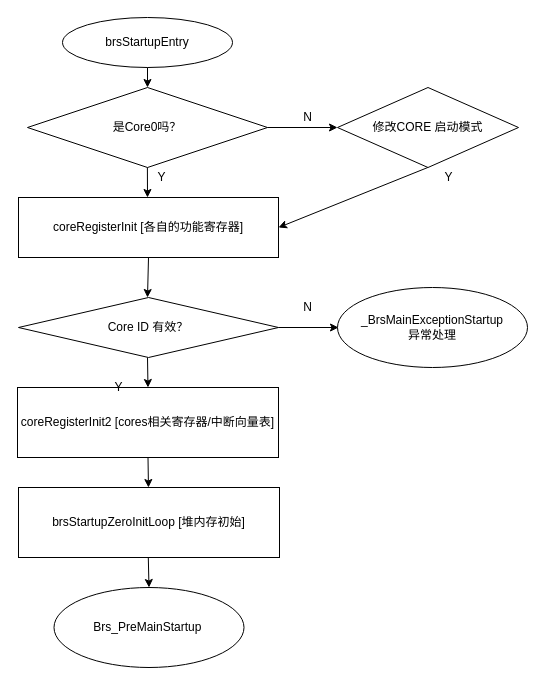
The draw.io diagram page "APP_BOOT" (1 of 4) of Untitled Diagram.drawio in muxi01/process_scheme, before the edit. Source tidied: cells renumbered, new cells numbered last; positions are measured from the earlier drawing's top-left corner, leaving out a move shared by most shapes. Both pictures are drawn from the tidied source at 100%, with x=0, y=0 at pixel (17, 17).
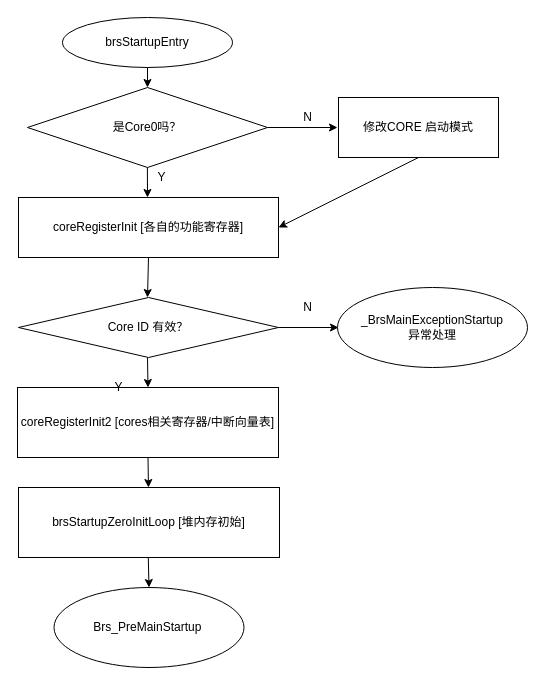
Above is the later version.

Unchanged cells that the change refers to:
```xml
<mxCell id="5" value="coreRegisterInit [各自的功能寄存器]" style="rounded=0;whiteSpace=wrap;html=1;" parent="1" vertex="1">
  <mxGeometry x="1" y="180" width="260" height="60" as="geometry" />
</mxCell>
```

Diff of the diagram source:
```diff
@@
-    <mxCell id="10" value="修改CORE 启动模式" style="rhombus;whiteSpace=wrap;html=1;" parent="1" vertex="1">
-      <mxGeometry x="320" y="70" width="181" height="80" as="geometry" />
-    </mxCell>
-    <mxCell id="11" value="Y" style="text;html=1;align=center;verticalAlign=middle;fillColor=none;strokeColor=none;rounded=0;" parent="1" vertex="1">
-      <mxGeometry x="421" y="150" width="20" height="20" as="geometry" />
-    </mxCell>
-    <mxCell id="12" style="endArrow=classic;html=1;rounded=0;exitX=0.5;exitY=1;exitDx=0;exitDy=0;entryX=1;entryY=0.5;entryDx=0;entryDy=0;" parent="1" edge="1" target="5">
-      <mxGeometry relative="1" as="geometry">
-        <mxPoint x="410.3" y="150" as="sourcePoint" />
-      </mxGeometry>
-    </mxCell>
@@
+    <mxCell id="10" value="&lt;span style=&quot;&quot;&gt;修改CORE 启动模式&lt;/span&gt;" style="rounded=0;whiteSpace=wrap;html=1;" parent="1" vertex="1">
+      <mxGeometry x="321" y="80" width="160" height="60" as="geometry" />
+    </mxCell>
+    <mxCell id="25" style="endArrow=classic;html=1;rounded=0;entryX=1;entryY=0.5;entryDx=0;entryDy=0;exitX=0.5;exitY=1;exitDx=0;exitDy=0;" parent="1" edge="1" source="10" target="5">
+      <mxGeometry relative="1" as="geometry" />
+    </mxCell>
```
